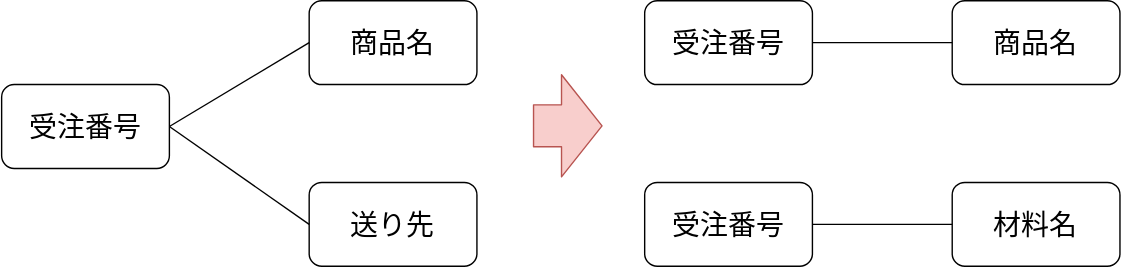
This is img/svg/Database/normalization/normalization-9.drawio.svg from koseki2580/study-docs, a draw.io export, as it was before one commit. Source tidied: cells renumbered, new cells last; positions are measured from the earlier drawing's top-left corner, leaving out a move shared by most shapes.
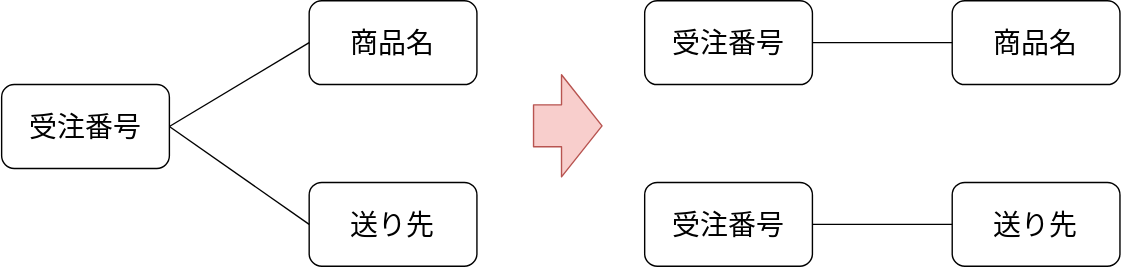
The same diagram one commit later.

What changed in the source:
```diff
@@ -29,7 +29,7 @@
     <mxCell id="9" value="商品名" style="rounded=1;whiteSpace=wrap;html=1;fontSize=20;" parent="1" vertex="1">
       <mxGeometry x="680" width="120" height="60" as="geometry" />
     </mxCell>
-    <mxCell id="10" value="材料名" style="rounded=1;whiteSpace=wrap;html=1;fontSize=20;" parent="1" vertex="1">
+    <mxCell id="10" value="送り先" style="rounded=1;whiteSpace=wrap;html=1;fontSize=20;" parent="1" vertex="1">
       <mxGeometry x="680" y="130" width="120" height="60" as="geometry" />
     </mxCell>
     <mxCell id="11" style="endArrow=none;html=1;fontSize=20;exitX=1;exitY=0.5;exitDx=0;exitDy=0;entryX=0;entryY=0.5;entryDx=0;entryDy=0;endFill=0;" parent="1" edge="1" source="8" target="9">
```
